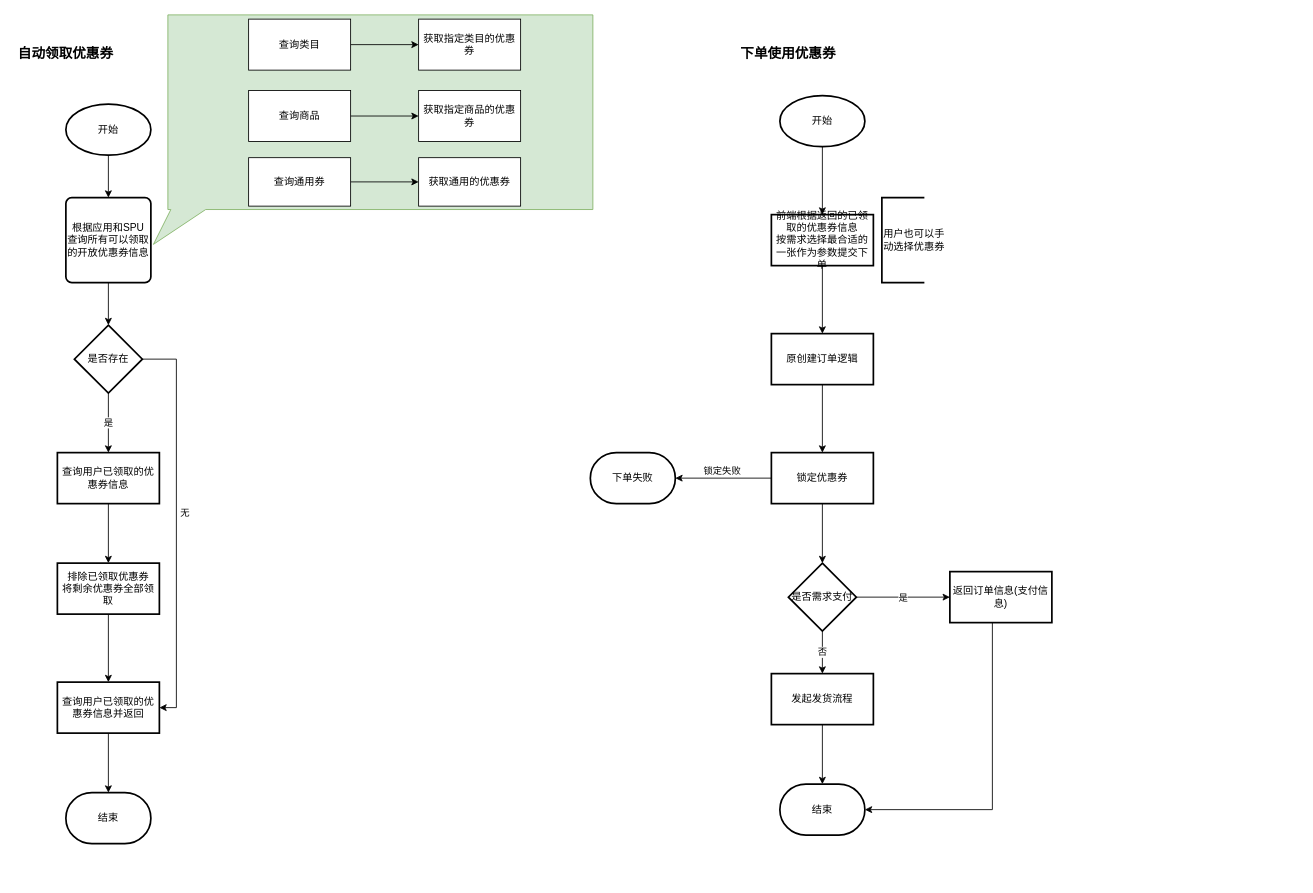
Before: 未命名绘图.drawio in SteveGlory/steveglory.github.io, a draw.io diagram. Source tidied: cells renumbered, new cells numbered last; positions are measured from the earlier drawing's top-left corner, leaving out a move shared by most shapes. Both pictures are drawn from the tidied source at 85%, with x=0, y=0 at pixel (14, 14).
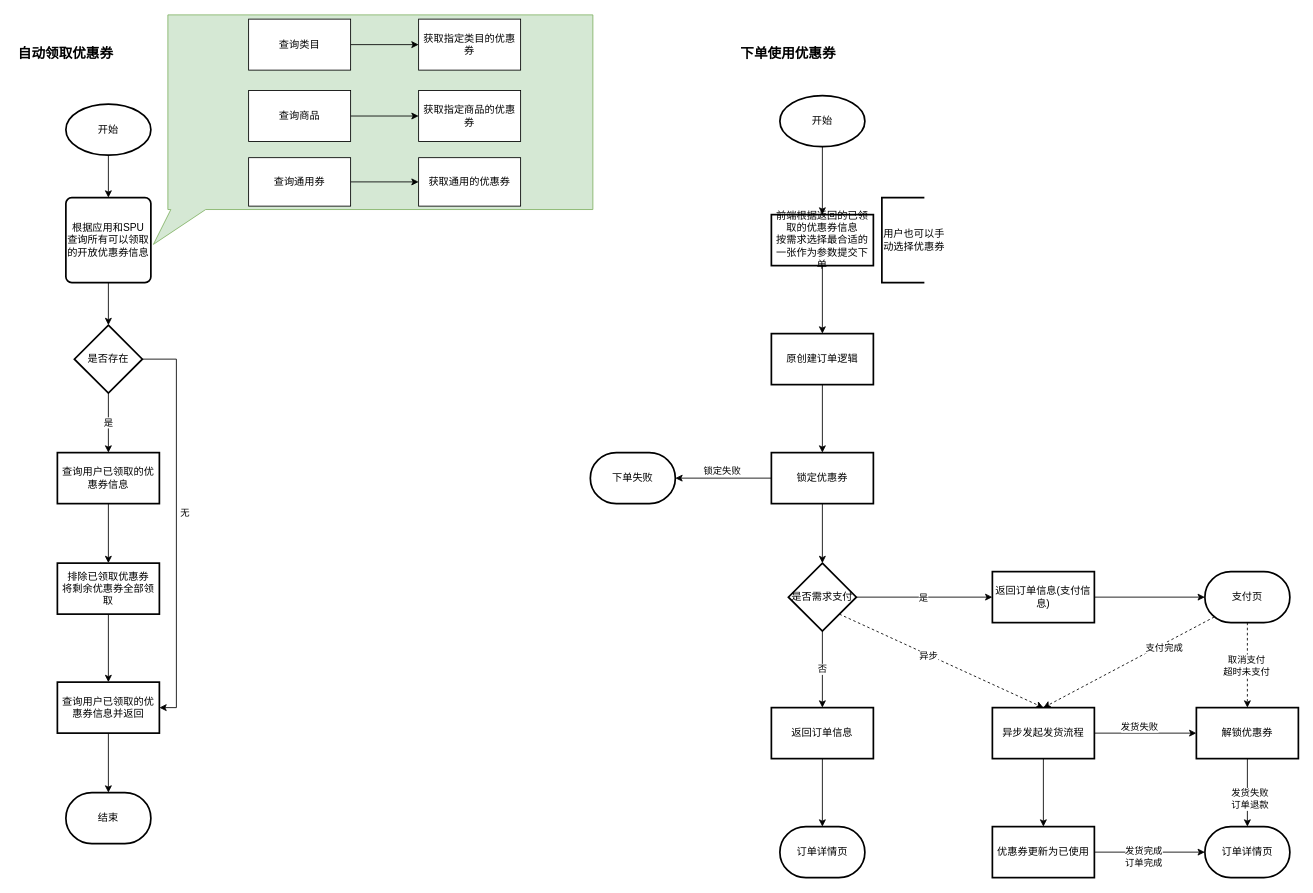
After the change.

Commit message (it also covers changes not shown here):
更新未命名绘图.drawio

The change refers to these unchanged cells:
```xml
<mxCell id="45" value="是否需求支付" style="rhombus;whiteSpace=wrap;html=1;strokeWidth=2;" parent="1" vertex="1">
  <mxGeometry x="910" y="645" width="80" height="80" as="geometry" />
</mxCell>
```

Diff of the diagram source:
```diff
@@
+    <mxCell id="50" style="rounded=0;jettySize=auto;html=1;entryX=0.5;entryY=0;entryDx=0;entryDy=0;dashed=1;exitX=0.11;exitY=0.89;exitDx=0;exitDy=0;exitPerimeter=0;" parent="1" edge="1" source="67" target="47">
+      <mxGeometry relative="1" as="geometry" />
+    </mxCell>
+    <mxCell id="51" value="&amp;nbsp; &amp;nbsp; 支付完成" style="edgeLabel;html=1;align=center;verticalAlign=middle;" parent="50" vertex="1">
+      <mxGeometry x="-0.35" relative="1" as="geometry">
+        <mxPoint y="1" as="offset" />
+      </mxGeometry>
+    </mxCell>
+    <mxCell id="52" style="edgeStyle=orthogonalEdgeStyle;rounded=0;jettySize=auto;html=1;entryX=0.5;entryY=0;entryDx=0;entryDy=0;dashed=1;exitX=0.5;exitY=1;exitDx=0;exitDy=0;exitPerimeter=0;" parent="1" edge="1" source="67" target="61">
+      <mxGeometry relative="1" as="geometry" />
+    </mxCell>
+    <mxCell id="53" value="取消支付&lt;div&gt;超时未支付&lt;/div&gt;" style="edgeLabel;html=1;align=center;verticalAlign=middle;" parent="52" vertex="1">
+      <mxGeometry x="-0.02" y="-2" relative="1" as="geometry">
+        <mxPoint y="1" as="offset" />
+      </mxGeometry>
+    </mxCell>
     <mxCell id="41" value="返回订单信息(支付信息)" style="whiteSpace=wrap;html=1;strokeWidth=2;" parent="1" vertex="1">
-      <mxGeometry x="1100" y="655" width="120" height="60" as="geometry" />
+      <mxGeometry x="1150" y="655" width="120" height="60" as="geometry" />
     </mxCell>
-    <mxCell id="42" value="否" style="edgeStyle=orthogonalEdgeStyle;rounded=0;jettySize=auto;html=1;" parent="1" edge="1" source="45" target="47">
+    <mxCell id="42" value="否" style="edgeStyle=orthogonalEdgeStyle;rounded=0;jettySize=auto;html=1;entryX=0.5;entryY=0;entryDx=0;entryDy=0;" parent="1" edge="1" source="45" target="58">
       <mxGeometry relative="1" as="geometry" />
     </mxCell>
@@
-    <mxCell id="46" style="edgeStyle=orthogonalEdgeStyle;rounded=0;jettySize=auto;html=1;" parent="1" edge="1" source="47" target="48">
-      <mxGeometry relative="1" as="geometry" />
-    </mxCell>
+    <mxCell id="54" style="edgeStyle=orthogonalEdgeStyle;rounded=0;jettySize=auto;html=1;" parent="1" edge="1" source="47" target="61">
+      <mxGeometry relative="1" as="geometry" />
+    </mxCell>
+    <mxCell id="55" value="发货失败" style="edgeLabel;html=1;align=center;verticalAlign=middle;" parent="54" vertex="1">
+      <mxGeometry x="-0.13" y="-2" relative="1" as="geometry">
+        <mxPoint y="-10" as="offset" />
+      </mxGeometry>
+    </mxCell>
+    <mxCell id="56" style="edgeStyle=orthogonalEdgeStyle;rounded=0;jettySize=auto;html=1;" parent="1" edge="1" source="47" target="64">
+      <mxGeometry relative="1" as="geometry" />
+    </mxCell>
-    <mxCell id="47" value="发起发货流程" style="whiteSpace=wrap;html=1;strokeWidth=2;" parent="1" vertex="1">
-      <mxGeometry x="890" y="775" width="120" height="60" as="geometry" />
+    <mxCell id="47" value="异步发起发货流程" style="whiteSpace=wrap;html=1;strokeWidth=2;" parent="1" vertex="1">
+      <mxGeometry x="1150" y="815" width="120" height="60" as="geometry" />
     </mxCell>
-    <mxCell id="48" value="结束" style="strokeWidth=2;html=1;shape=mxgraph.flowchart.terminator;whiteSpace=wrap;" parent="1" vertex="1">
-      <mxGeometry x="900" y="905" width="100" height="60" as="geometry" />
+    <mxCell id="48" value="订单详情页" style="strokeWidth=2;html=1;shape=mxgraph.flowchart.terminator;whiteSpace=wrap;" parent="1" vertex="1">
+      <mxGeometry x="900" y="955" width="100" height="60" as="geometry" />
     </mxCell>
-    <mxCell id="49" style="edgeStyle=orthogonalEdgeStyle;rounded=0;jettySize=auto;html=1;entryX=1;entryY=0.5;entryDx=0;entryDy=0;entryPerimeter=0;" parent="1" edge="1" source="41" target="48">
-      <mxGeometry relative="1" as="geometry">
-        <Array as="points">
-          <mxPoint x="1150" y="935" />
-        </Array>
-      </mxGeometry>
-    </mxCell>
+    <mxCell id="57" style="edgeStyle=orthogonalEdgeStyle;rounded=0;jettySize=auto;html=1;" parent="1" edge="1" source="58" target="48">
+      <mxGeometry relative="1" as="geometry" />
+    </mxCell>
+    <mxCell id="58" value="返回订单信息" style="whiteSpace=wrap;html=1;strokeWidth=2;" parent="1" vertex="1">
+      <mxGeometry x="890" y="815" width="120" height="60" as="geometry" />
+    </mxCell>
+    <mxCell id="59" style="edgeStyle=orthogonalEdgeStyle;rounded=0;jettySize=auto;html=1;exitX=0.5;exitY=1;exitDx=0;exitDy=0;" parent="1" edge="1" source="61" target="69">
+      <mxGeometry relative="1" as="geometry" />
+    </mxCell>
+    <mxCell id="60" value="发货失败&lt;div&gt;订单退款&lt;/div&gt;" style="edgeLabel;html=1;align=center;verticalAlign=middle;" parent="59" vertex="1">
+      <mxGeometry x="0.17" y="2" relative="1" as="geometry" />
+    </mxCell>
+    <mxCell id="61" value="解锁优惠券" style="whiteSpace=wrap;html=1;strokeWidth=2;" parent="1" vertex="1">
+      <mxGeometry x="1390" y="815" width="120" height="60" as="geometry" />
+    </mxCell>
+    <mxCell id="62" style="edgeStyle=orthogonalEdgeStyle;rounded=0;jettySize=auto;html=1;" parent="1" edge="1" source="64" target="69">
+      <mxGeometry relative="1" as="geometry" />
+    </mxCell>
+    <mxCell id="63" value="发货完成&lt;div&gt;订单完成&lt;/div&gt;" style="edgeLabel;html=1;align=center;verticalAlign=middle;" parent="62" vertex="1">
+      <mxGeometry x="-0.12" y="-4" relative="1" as="geometry">
+        <mxPoint y="1" as="offset" />
+      </mxGeometry>
+    </mxCell>
+    <mxCell id="64" value="优惠券更新为已使用" style="whiteSpace=wrap;html=1;strokeWidth=2;" parent="1" vertex="1">
+      <mxGeometry x="1150" y="955" width="120" height="60" as="geometry" />
+    </mxCell>
+    <mxCell id="65" style="edgeStyle=none;jettySize=auto;html=1;rounded=0;entryX=0.5;entryY=0;entryDx=0;entryDy=0;exitX=1;exitY=1;exitDx=0;exitDy=0;dashed=1;" parent="1" edge="1" source="45" target="47">
+      <mxGeometry relative="1" as="geometry" />
+    </mxCell>
+    <mxCell id="66" value="异步" style="edgeLabel;html=1;align=center;verticalAlign=middle;" parent="65" vertex="1">
+      <mxGeometry x="-0.13" y="1" relative="1" as="geometry">
+        <mxPoint y="1" as="offset" />
+      </mxGeometry>
+    </mxCell>
+    <mxCell id="67" value="支付页" style="strokeWidth=2;html=1;shape=mxgraph.flowchart.terminator;whiteSpace=wrap;" parent="1" vertex="1">
+      <mxGeometry x="1400" y="655" width="100" height="60" as="geometry" />
+    </mxCell>
+    <mxCell id="68" style="edgeStyle=orthogonalEdgeStyle;rounded=0;jettySize=auto;html=1;entryX=0;entryY=0.5;entryDx=0;entryDy=0;entryPerimeter=0;" parent="1" edge="1" source="41" target="67">
+      <mxGeometry relative="1" as="geometry" />
+    </mxCell>
+    <mxCell id="69" value="订单详情页" style="strokeWidth=2;html=1;shape=mxgraph.flowchart.terminator;whiteSpace=wrap;" parent="1" vertex="1">
+      <mxGeometry x="1400" y="955" width="100" height="60" as="geometry" />
+    </mxCell>
```
